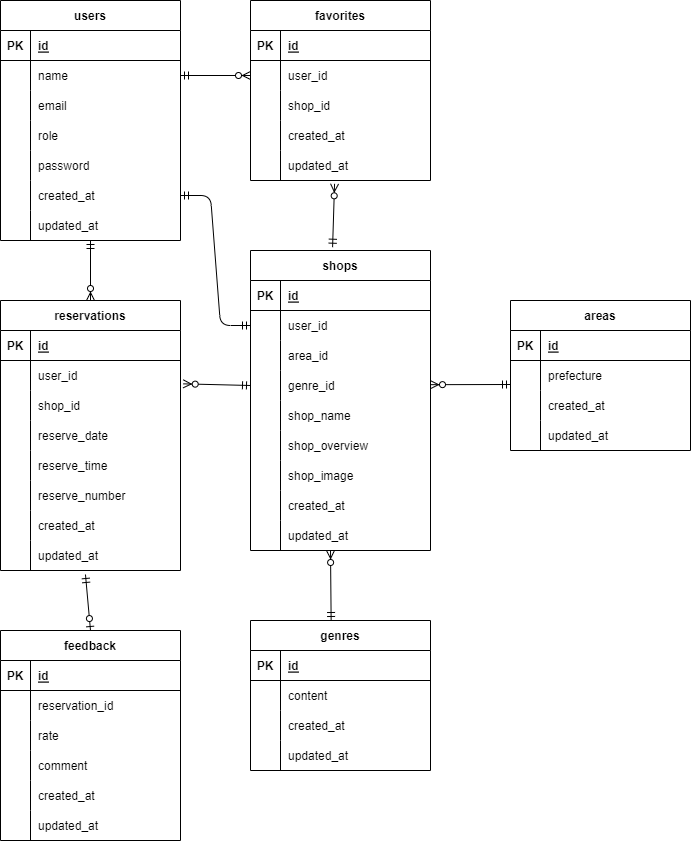
The draw.io diagram app.drawio.png in hashi6013/advance-term-1, before a commit. Source tidied: cells renumbered, new cells last; positions are measured from the earlier drawing's top-left corner, leaving out a move shared by most shapes.
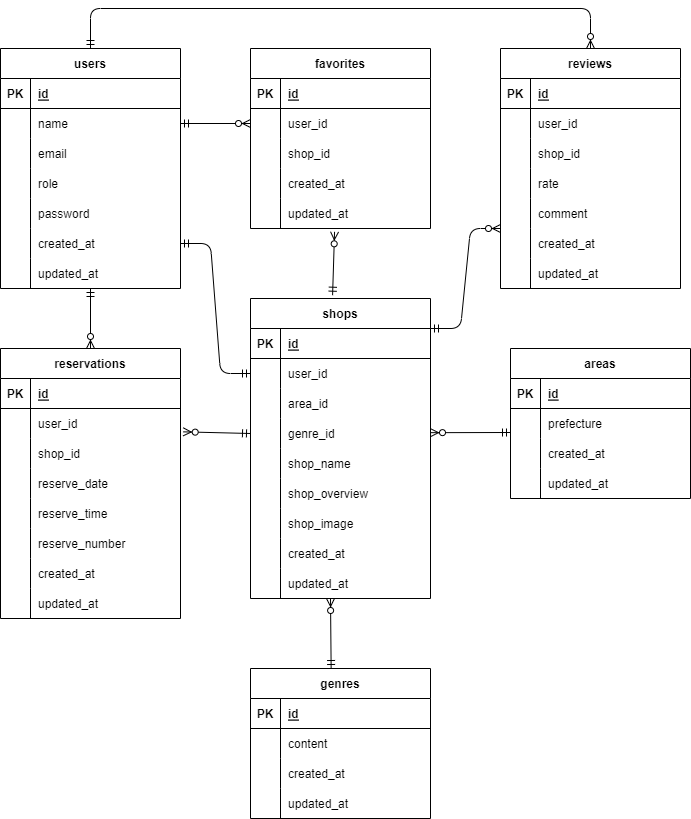
Above is the later version.

Diff of the diagram source:
```diff
@@ -143,63 +143,6 @@
     <mxCell id="48" value="updated_at" style="shape=partialRectangle;fillColor=none;top=0;left=0;bottom=0;right=0;align=left;spacingLeft=6;overflow=hidden;" parent="46" vertex="1">
       <mxGeometry x="30" width="150" height="30" as="geometry" />
     </mxCell>
-    <mxCell id="49" value="feedback" style="shape=table;startSize=30;rowLines=0;fontStyle=1;align=center;" parent="1" vertex="1">
-      <mxGeometry y="630" width="180" height="210" as="geometry" />
-    </mxCell>
-    <mxCell id="50" style="shape=tableRow;horizontal=0;startSize=0;swimlaneHead=0;swimlaneBody=0;fillColor=none;top=0;left=0;right=0;bottom=1;" parent="49" vertex="1">
-      <mxGeometry y="30" width="180" height="30" as="geometry" />
-    </mxCell>
-    <mxCell id="51" value="PK" style="shape=partialRectangle;fillColor=none;top=0;left=0;bottom=0;right=0;fontStyle=1;overflow=hidden;" parent="50" vertex="1">
-      <mxGeometry width="30" height="30" as="geometry" />
-    </mxCell>
-    <mxCell id="52" value="id" style="shape=partialRectangle;fillColor=none;top=0;left=0;bottom=0;right=0;align=left;spacingLeft=6;fontStyle=5;overflow=hidden;" parent="50" vertex="1">
-      <mxGeometry x="30" width="150" height="30" as="geometry" />
-    </mxCell>
-    <mxCell id="53" style="shape=tableRow;horizontal=0;startSize=0;swimlaneHead=0;swimlaneBody=0;fillColor=none;top=0;left=0;right=0;bottom=0;" parent="49" vertex="1">
-      <mxGeometry y="60" width="180" height="30" as="geometry" />
-    </mxCell>
-    <mxCell id="54" style="shape=partialRectangle;fillColor=none;top=0;left=0;bottom=0;right=0;overflow=hidden;" parent="53" vertex="1">
-      <mxGeometry width="30" height="30" as="geometry" />
-    </mxCell>
-    <mxCell id="55" value="reservation_id" style="shape=partialRectangle;fillColor=none;top=0;left=0;bottom=0;right=0;align=left;spacingLeft=6;overflow=hidden;" parent="53" vertex="1">
-      <mxGeometry x="30" width="150" height="30" as="geometry" />
-    </mxCell>
-    <mxCell id="56" style="shape=tableRow;horizontal=0;startSize=0;swimlaneHead=0;swimlaneBody=0;fillColor=none;top=0;left=0;right=0;bottom=0;" parent="49" vertex="1">
-      <mxGeometry y="90" width="180" height="30" as="geometry" />
-    </mxCell>
-    <mxCell id="57" style="shape=partialRectangle;fillColor=none;top=0;left=0;bottom=0;right=0;overflow=hidden;" parent="56" vertex="1">
-      <mxGeometry width="30" height="30" as="geometry" />
-    </mxCell>
-    <mxCell id="58" value="rate" style="shape=partialRectangle;fillColor=none;top=0;left=0;bottom=0;right=0;align=left;spacingLeft=6;overflow=hidden;" parent="56" vertex="1">
-      <mxGeometry x="30" width="150" height="30" as="geometry" />
-    </mxCell>
-    <mxCell id="59" style="shape=tableRow;horizontal=0;startSize=0;swimlaneHead=0;swimlaneBody=0;fillColor=none;top=0;left=0;right=0;bottom=0;" parent="49" vertex="1">
-      <mxGeometry y="120" width="180" height="30" as="geometry" />
-    </mxCell>
-    <mxCell id="60" style="shape=partialRectangle;fillColor=none;top=0;left=0;bottom=0;right=0;overflow=hidden;" parent="59" vertex="1">
-      <mxGeometry width="30" height="30" as="geometry" />
-    </mxCell>
-    <mxCell id="61" value="comment" style="shape=partialRectangle;fillColor=none;top=0;left=0;bottom=0;right=0;align=left;spacingLeft=6;overflow=hidden;" parent="59" vertex="1">
-      <mxGeometry x="30" width="150" height="30" as="geometry" />
-    </mxCell>
-    <mxCell id="62" style="shape=tableRow;horizontal=0;startSize=0;swimlaneHead=0;swimlaneBody=0;fillColor=none;top=0;left=0;right=0;bottom=0;" parent="49" vertex="1">
-      <mxGeometry y="150" width="180" height="30" as="geometry" />
-    </mxCell>
-    <mxCell id="63" style="shape=partialRectangle;fillColor=none;top=0;left=0;bottom=0;right=0;overflow=hidden;" parent="62" vertex="1">
-      <mxGeometry width="30" height="30" as="geometry" />
-    </mxCell>
-    <mxCell id="64" value="created_at" style="shape=partialRectangle;fillColor=none;top=0;left=0;bottom=0;right=0;align=left;spacingLeft=6;overflow=hidden;" parent="62" vertex="1">
-      <mxGeometry x="30" width="150" height="30" as="geometry" />
-    </mxCell>
-    <mxCell id="65" style="shape=tableRow;horizontal=0;startSize=0;swimlaneHead=0;swimlaneBody=0;fillColor=none;top=0;left=0;right=0;bottom=0;" parent="49" vertex="1">
-      <mxGeometry y="180" width="180" height="30" as="geometry" />
-    </mxCell>
-    <mxCell id="66" style="shape=partialRectangle;fillColor=none;top=0;left=0;bottom=0;right=0;overflow=hidden;" parent="65" vertex="1">
-      <mxGeometry width="30" height="30" as="geometry" />
-    </mxCell>
-    <mxCell id="67" value="updated_at" style="shape=partialRectangle;fillColor=none;top=0;left=0;bottom=0;right=0;align=left;spacingLeft=6;overflow=hidden;" parent="65" vertex="1">
-      <mxGeometry x="30" width="150" height="30" as="geometry" />
-    </mxCell>
     <mxCell id="68" value="favorites" style="shape=table;startSize=30;rowLines=0;fontStyle=1;align=center;" parent="1" vertex="1">
       <mxGeometry x="250" width="180" height="180" as="geometry" />
     </mxCell>
@@ -415,9 +358,6 @@
         <mxPoint x="90" y="240" as="sourcePoint" />
       </mxGeometry>
     </mxCell>
-    <mxCell id="139" style="fontSize=12;html=1;endArrow=ERzeroToOne;startArrow=ERmandOne;exitX=0.472;exitY=1.133;exitDx=0;exitDy=0;exitPerimeter=0;entryX=0.5;entryY=0;entryDx=0;entryDy=0;" parent="1" edge="1" source="46" target="49">
-      <mxGeometry relative="1" as="geometry" />
-    </mxCell>
     <mxCell id="140" style="fontSize=12;html=1;endArrow=ERzeroToMany;startArrow=ERmandOne;entryX=0;entryY=0.5;entryDx=0;entryDy=0;exitX=1;exitY=0.5;exitDx=0;exitDy=0;" parent="1" edge="1" source="6" target="72">
       <mxGeometry relative="1" as="geometry" />
     </mxCell>
@@ -441,5 +381,85 @@
         <mxPoint x="430" y="384.2" as="targetPoint" />
       </mxGeometry>
     </mxCell>
+    <mxCell id="146" value="reviews" style="shape=table;startSize=30;rowLines=0;fontStyle=1;align=center;" parent="1" vertex="1">
+      <mxGeometry x="500" width="180" height="240" as="geometry" />
+    </mxCell>
+    <mxCell id="50" style="shape=tableRow;horizontal=0;startSize=0;swimlaneHead=0;swimlaneBody=0;fillColor=none;top=0;left=0;right=0;bottom=1;" parent="146" vertex="1">
+      <mxGeometry y="30" width="180" height="30" as="geometry" />
+    </mxCell>
+    <mxCell id="51" value="PK" style="shape=partialRectangle;fillColor=none;top=0;left=0;bottom=0;right=0;fontStyle=1;overflow=hidden;" parent="50" vertex="1">
+      <mxGeometry width="30" height="30" as="geometry" />
+    </mxCell>
+    <mxCell id="52" value="id" style="shape=partialRectangle;fillColor=none;top=0;left=0;bottom=0;right=0;align=left;spacingLeft=6;fontStyle=5;overflow=hidden;" parent="50" vertex="1">
+      <mxGeometry x="30" width="150" height="30" as="geometry" />
+    </mxCell>
+    <mxCell id="53" style="shape=tableRow;horizontal=0;startSize=0;swimlaneHead=0;swimlaneBody=0;fillColor=none;top=0;left=0;right=0;bottom=0;" parent="146" vertex="1">
+      <mxGeometry y="60" width="180" height="30" as="geometry" />
+    </mxCell>
+    <mxCell id="147" style="shape=partialRectangle;fillColor=none;top=0;left=0;bottom=0;right=0;overflow=hidden;" parent="53" vertex="1">
+      <mxGeometry width="30" height="30" as="geometry" />
+    </mxCell>
+    <mxCell id="148" value="user_id" style="shape=partialRectangle;fillColor=none;top=0;left=0;bottom=0;right=0;align=left;spacingLeft=6;overflow=hidden;" parent="53" vertex="1">
+      <mxGeometry x="30" width="150" height="30" as="geometry" />
+    </mxCell>
+    <mxCell id="56" style="shape=tableRow;horizontal=0;startSize=0;swimlaneHead=0;swimlaneBody=0;fillColor=none;top=0;left=0;right=0;bottom=0;" parent="146" vertex="1">
+      <mxGeometry y="90" width="180" height="30" as="geometry" />
+    </mxCell>
+    <mxCell id="149" style="shape=partialRectangle;fillColor=none;top=0;left=0;bottom=0;right=0;overflow=hidden;" parent="56" vertex="1">
+      <mxGeometry width="30" height="30" as="geometry" />
+    </mxCell>
+    <mxCell id="150" value="shop_id" style="shape=partialRectangle;fillColor=none;top=0;left=0;bottom=0;right=0;align=left;spacingLeft=6;overflow=hidden;" parent="56" vertex="1">
+      <mxGeometry x="30" width="150" height="30" as="geometry" />
+    </mxCell>
+    <mxCell id="59" style="shape=tableRow;horizontal=0;startSize=0;swimlaneHead=0;swimlaneBody=0;fillColor=none;top=0;left=0;right=0;bottom=0;" parent="146" vertex="1">
+      <mxGeometry y="120" width="180" height="30" as="geometry" />
+    </mxCell>
+    <mxCell id="151" style="shape=partialRectangle;fillColor=none;top=0;left=0;bottom=0;right=0;overflow=hidden;" parent="59" vertex="1">
+      <mxGeometry width="30" height="30" as="geometry" />
+    </mxCell>
+    <mxCell id="58" value="rate" style="shape=partialRectangle;fillColor=none;top=0;left=0;bottom=0;right=0;align=left;spacingLeft=6;overflow=hidden;" parent="59" vertex="1">
+      <mxGeometry x="30" width="150" height="30" as="geometry" />
+    </mxCell>
+    <mxCell id="62" style="shape=tableRow;horizontal=0;startSize=0;swimlaneHead=0;swimlaneBody=0;fillColor=none;top=0;left=0;right=0;bottom=0;" parent="146" vertex="1">
+      <mxGeometry y="150" width="180" height="30" as="geometry" />
+    </mxCell>
+    <mxCell id="152" style="shape=partialRectangle;fillColor=none;top=0;left=0;bottom=0;right=0;overflow=hidden;" parent="62" vertex="1">
+      <mxGeometry width="30" height="30" as="geometry" />
+    </mxCell>
+    <mxCell id="61" value="comment" style="shape=partialRectangle;fillColor=none;top=0;left=0;bottom=0;right=0;align=left;spacingLeft=6;overflow=hidden;" parent="62" vertex="1">
+      <mxGeometry x="30" width="150" height="30" as="geometry" />
+    </mxCell>
+    <mxCell id="65" style="shape=tableRow;horizontal=0;startSize=0;swimlaneHead=0;swimlaneBody=0;fillColor=none;top=0;left=0;right=0;bottom=0;" parent="146" vertex="1">
+      <mxGeometry y="180" width="180" height="30" as="geometry" />
+    </mxCell>
+    <mxCell id="153" style="shape=partialRectangle;fillColor=none;top=0;left=0;bottom=0;right=0;overflow=hidden;" parent="65" vertex="1">
+      <mxGeometry width="30" height="30" as="geometry" />
+    </mxCell>
+    <mxCell id="64" value="created_at" style="shape=partialRectangle;fillColor=none;top=0;left=0;bottom=0;right=0;align=left;spacingLeft=6;overflow=hidden;" parent="65" vertex="1">
+      <mxGeometry x="30" width="150" height="30" as="geometry" />
+    </mxCell>
+    <mxCell id="154" style="shape=tableRow;horizontal=0;startSize=0;swimlaneHead=0;swimlaneBody=0;fillColor=none;top=0;left=0;right=0;bottom=0;" parent="146" vertex="1">
+      <mxGeometry y="210" width="180" height="30" as="geometry" />
+    </mxCell>
+    <mxCell id="155" style="shape=partialRectangle;fillColor=none;top=0;left=0;bottom=0;right=0;overflow=hidden;" parent="154" vertex="1">
+      <mxGeometry width="30" height="30" as="geometry" />
+    </mxCell>
+    <mxCell id="67" value="updated_at" style="shape=partialRectangle;fillColor=none;top=0;left=0;bottom=0;right=0;align=left;spacingLeft=6;overflow=hidden;" parent="154" vertex="1">
+      <mxGeometry x="30" width="150" height="30" as="geometry" />
+    </mxCell>
+    <mxCell id="156" style="edgeStyle=entityRelationEdgeStyle;fontSize=12;html=1;endArrow=ERzeroToMany;startArrow=ERmandOne;" parent="1" edge="1">
+      <mxGeometry relative="1" as="geometry">
+        <mxPoint x="430" y="280" as="sourcePoint" />
+        <mxPoint x="500" y="180" as="targetPoint" />
+      </mxGeometry>
+    </mxCell>
+    <mxCell id="157" style="edgeStyle=orthogonalEdgeStyle;fontSize=12;html=1;endArrow=ERzeroToMany;startArrow=ERmandOne;exitX=0.5;exitY=0;exitDx=0;exitDy=0;entryX=0.5;entryY=0;entryDx=0;entryDy=0;" parent="1" edge="1" source="2" target="146">
+      <mxGeometry relative="1" as="geometry">
+        <Array as="points">
+          <mxPoint x="90" y="-40" />
+          <mxPoint x="590" y="-40" />
+        </Array>
+      </mxGeometry>
+    </mxCell>
   </root>
 </mxGraphModel>
```
